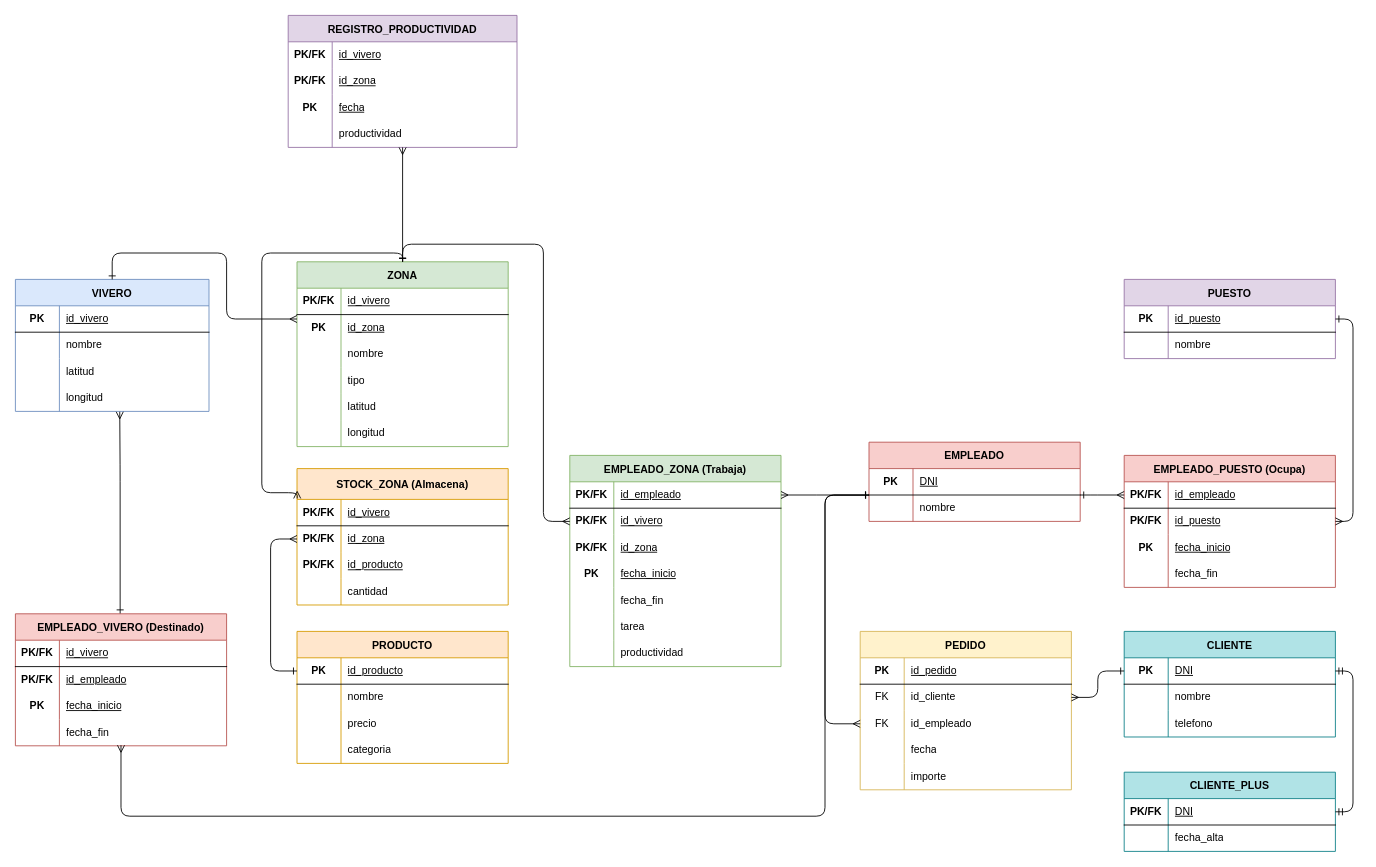
Before: Modelo relacional.drawio in alu0101539669/Modelo-relacional.-Viveros, a draw.io diagram. Source tidied: cells renumbered, new cells numbered last; positions are measured from the earlier drawing's top-left corner, leaving out a move shared by most shapes. Both pictures are drawn from the tidied source at 88%, with x=0, y=0 at pixel (15, 15).
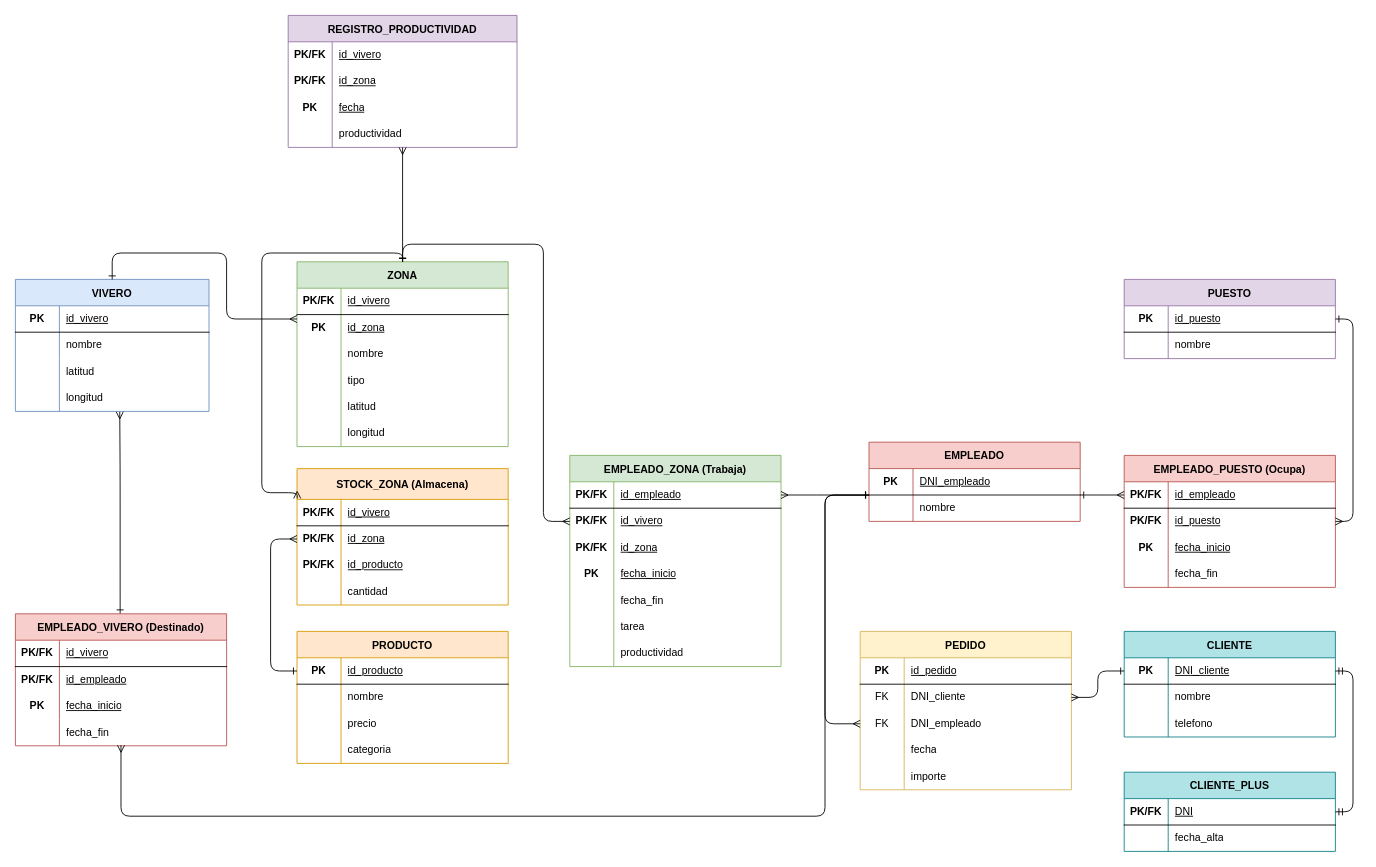
The same page after the edit.

Unchanged cells that the change refers to:
```xml
<mxCell id="78" style="shape=tableRow;horizontal=0;startSize=0;swimlaneHead=0;swimlaneBody=0;fillColor=none;points=[[0,0.5],[1,0.5]];portConstraint=eastwest;top=0;left=0;right=0;bottom=1;" parent="77" vertex="1">
  <mxGeometry y="30" width="240" height="30" as="geometry" />
</mxCell>
<mxCell id="131" style="shape=tableRow;horizontal=0;startSize=0;swimlaneHead=0;swimlaneBody=0;fillColor=none;points=[[0,0.5],[1,0.5]];portConstraint=eastwest;top=0;left=0;right=0;bottom=1;" parent="130" vertex="1">
  <mxGeometry y="30" width="240" height="30" as="geometry" />
</mxCell>
<mxCell id="152" style="shape=tableRow;horizontal=0;startSize=0;swimlaneHead=0;swimlaneBody=0;fillColor=none;points=[[0,0.5],[1,0.5]];portConstraint=eastwest;top=0;left=0;right=0;bottom=0;" parent="148" vertex="1">
  <mxGeometry y="60" width="240" height="30" as="geometry" />
</mxCell>
<mxCell id="155" style="shape=tableRow;horizontal=0;startSize=0;swimlaneHead=0;swimlaneBody=0;fillColor=none;points=[[0,0.5],[1,0.5]];portConstraint=eastwest;top=0;left=0;right=0;bottom=0;" parent="148" vertex="1">
  <mxGeometry y="90" width="240" height="30" as="geometry" />
</mxCell>
```

The edit, as a diff of the source:
```diff
@@
-    <mxCell id="80" value="DNI" style="shape=partialRectangle;fillColor=none;top=0;left=0;bottom=0;right=0;align=left;spacingLeft=6;fontStyle=4;overflow=hidden;whiteSpace=wrap;html=1;" parent="78" vertex="1">
+    <mxCell id="80" value="DNI_empleado" style="shape=partialRectangle;fillColor=none;top=0;left=0;bottom=0;right=0;align=left;spacingLeft=6;fontStyle=4;overflow=hidden;whiteSpace=wrap;html=1;" parent="78" vertex="1">
       <mxGeometry x="50" width="190" height="30" as="geometry" />
     </mxCell>
@@
-    <mxCell id="133" value="DNI" style="shape=partialRectangle;fillColor=none;top=0;left=0;bottom=0;right=0;align=left;spacingLeft=6;fontStyle=4;overflow=hidden;whiteSpace=wrap;html=1;" parent="131" vertex="1">
+    <mxCell id="133" value="DNI_cliente" style="shape=partialRectangle;fillColor=none;top=0;left=0;bottom=0;right=0;align=left;spacingLeft=6;fontStyle=4;overflow=hidden;whiteSpace=wrap;html=1;" parent="131" vertex="1">
       <mxGeometry x="50" width="190" height="30" as="geometry" />
     </mxCell>
@@
-    <mxCell id="154" value="id_cliente" style="shape=partialRectangle;fillColor=none;top=0;left=0;bottom=0;right=0;align=left;spacingLeft=6;overflow=hidden;whiteSpace=wrap;html=1;" parent="152" vertex="1">
+    <mxCell id="154" value="DNI_cliente" style="shape=partialRectangle;fillColor=none;top=0;left=0;bottom=0;right=0;align=left;spacingLeft=6;overflow=hidden;whiteSpace=wrap;html=1;" parent="152" vertex="1">
       <mxGeometry x="50" width="190" height="30" as="geometry" />
     </mxCell>
@@
-    <mxCell id="157" value="id_empleado" style="shape=partialRectangle;fillColor=none;top=0;left=0;bottom=0;right=0;align=left;spacingLeft=6;overflow=hidden;whiteSpace=wrap;html=1;" parent="155" vertex="1">
+    <mxCell id="157" value="DNI_empleado" style="shape=partialRectangle;fillColor=none;top=0;left=0;bottom=0;right=0;align=left;spacingLeft=6;overflow=hidden;whiteSpace=wrap;html=1;" parent="155" vertex="1">
       <mxGeometry x="50" width="190" height="30" as="geometry" />
     </mxCell>
```
